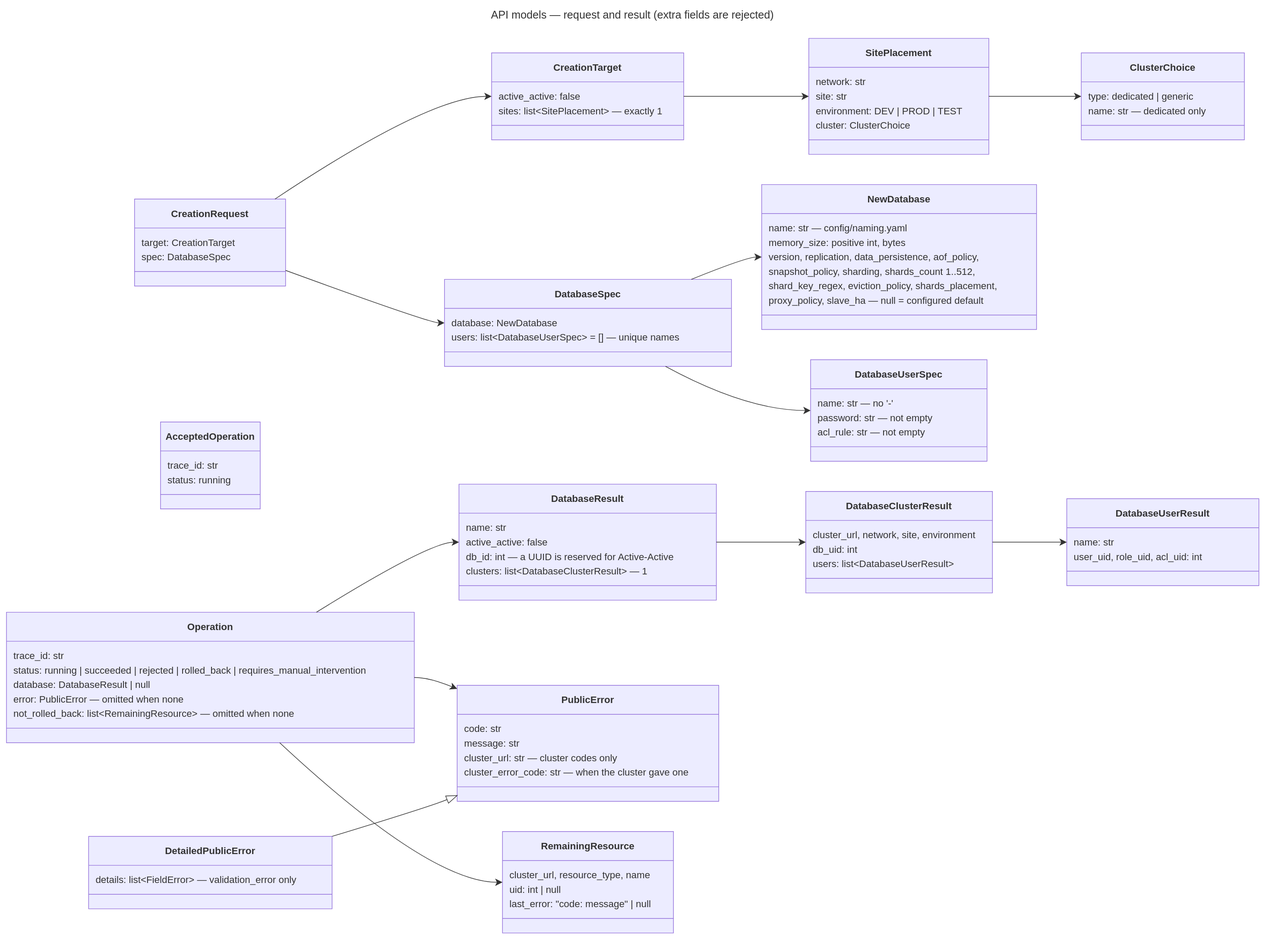
Above: docs/diagrams/19-api-models-create.drawio.svg in EliShteinman/redis-enterprise-services (draw.io), before the change. Source tidied: cells renumbered, new cells last; positions are measured from the earlier drawing's top-left corner, leaving out a move shared by most shapes.
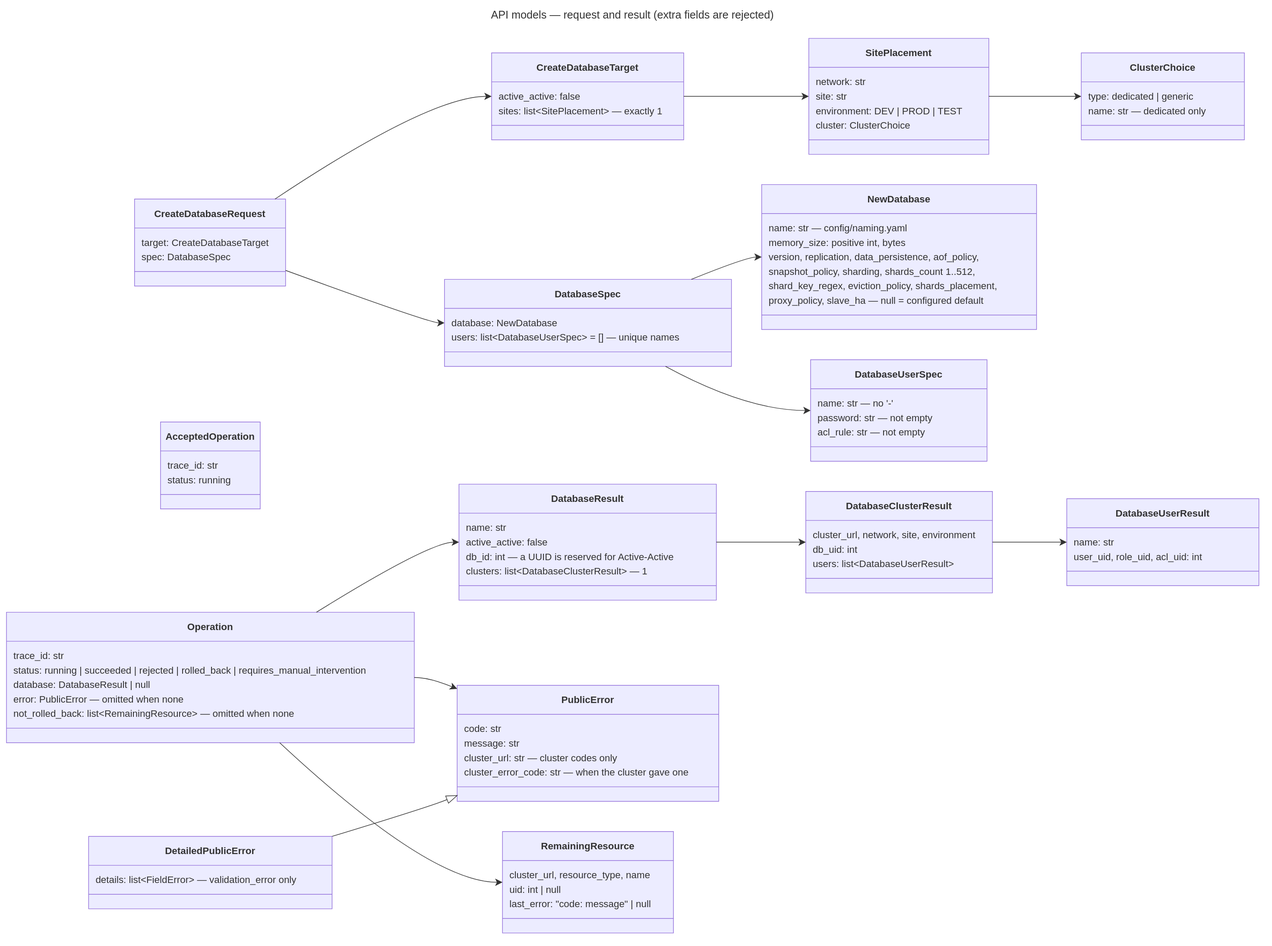
The same diagram one commit later.

Diff of the diagram source:
```diff
@@ -2,10 +2,10 @@
   <root>
     <mxCell id="0" />
     <mxCell id="1" parent="0" />
-    <mxCell id="2" value="&lt;b&gt;CreationRequest&lt;/b&gt;" style="swimlane;html=1;fontStyle=1;fontSize=16;align=center;verticalAlign=middle;horizontal=1;startSize=48;swimlaneFillColor=light-dark(#ECECFF,#1f2020);whiteSpace=wrap;fillColor=light-dark(#ECECFF,#1f2020);strokeColor=light-dark(#9370DB,#cccccc);fontColor=light-dark(#333333,#cccccc);fontFamily=Trebuchet MS,Verdana,Arial,sans-serif;" parent="1" vertex="1">
+    <mxCell id="2" value="&lt;b&gt;CreateDatabaseRequest&lt;/b&gt;" style="swimlane;html=1;fontStyle=1;fontSize=16;align=center;verticalAlign=middle;horizontal=1;startSize=48;swimlaneFillColor=light-dark(#ECECFF,#1f2020);whiteSpace=wrap;fillColor=light-dark(#ECECFF,#1f2020);strokeColor=light-dark(#9370DB,#cccccc);fontColor=light-dark(#333333,#cccccc);fontFamily=Trebuchet MS,Verdana,Arial,sans-serif;" parent="1" vertex="1">
       <mxGeometry x="212" y="319" width="250" height="144" as="geometry" />
     </mxCell>
-    <mxCell id="3" value="target: CreationTarget" style="text;fontSize=16;strokeColor=none;fillColor=none;align=left;verticalAlign=middle;spacingLeft=10;spacingRight=12;spacingBottom=2;overflow=hidden;fontFamily=Trebuchet MS,Verdana,Arial,sans-serif;fontColor=light-dark(#333333,#cccccc);" parent="2" vertex="1">
+    <mxCell id="3" value="target: CreateDatabaseTarget" style="text;fontSize=16;strokeColor=none;fillColor=none;align=left;verticalAlign=middle;spacingLeft=10;spacingRight=12;spacingBottom=2;overflow=hidden;fontFamily=Trebuchet MS,Verdana,Arial,sans-serif;fontColor=light-dark(#333333,#cccccc);" parent="2" vertex="1">
       <mxGeometry y="60" width="250" height="24" as="geometry" />
     </mxCell>
     <mxCell id="4" value="spec: DatabaseSpec" style="text;fontSize=16;strokeColor=none;fillColor=none;align=left;verticalAlign=middle;spacingLeft=10;spacingRight=12;spacingBottom=2;overflow=hidden;fontFamily=Trebuchet MS,Verdana,Arial,sans-serif;fontColor=light-dark(#333333,#cccccc);" parent="2" vertex="1">
@@ -14,7 +14,7 @@
     <mxCell id="5" style="line;strokeWidth=1;fillColor=none;spacingLeft=3;spacingRight=3;strokeColor=inherit;" parent="2" vertex="1">
       <mxGeometry y="108" width="250" height="24" as="geometry" />
     </mxCell>
-    <mxCell id="6" value="&lt;b&gt;CreationTarget&lt;/b&gt;" style="swimlane;html=1;fontStyle=1;fontSize=16;align=center;verticalAlign=middle;horizontal=1;startSize=48;swimlaneFillColor=light-dark(#ECECFF,#1f2020);whiteSpace=wrap;fillColor=light-dark(#ECECFF,#1f2020);strokeColor=light-dark(#9370DB,#cccccc);fontColor=light-dark(#333333,#cccccc);fontFamily=Trebuchet MS,Verdana,Arial,sans-serif;" parent="1" vertex="1">
+    <mxCell id="6" value="&lt;b&gt;CreateDatabaseTarget&lt;/b&gt;" style="swimlane;html=1;fontStyle=1;fontSize=16;align=center;verticalAlign=middle;horizontal=1;startSize=48;swimlaneFillColor=light-dark(#ECECFF,#1f2020);whiteSpace=wrap;fillColor=light-dark(#ECECFF,#1f2020);strokeColor=light-dark(#9370DB,#cccccc);fontColor=light-dark(#333333,#cccccc);fontFamily=Trebuchet MS,Verdana,Arial,sans-serif;" parent="1" vertex="1">
       <mxGeometry x="803" y="77" width="318" height="144" as="geometry" />
     </mxCell>
     <mxCell id="7" value="active_active: false" style="text;fontSize=16;strokeColor=none;fillColor=none;align=left;verticalAlign=middle;spacingLeft=10;spacingRight=12;spacingBottom=2;overflow=hidden;fontFamily=Trebuchet MS,Verdana,Arial,sans-serif;fontColor=light-dark(#333333,#cccccc);" parent="6" vertex="1">
```
